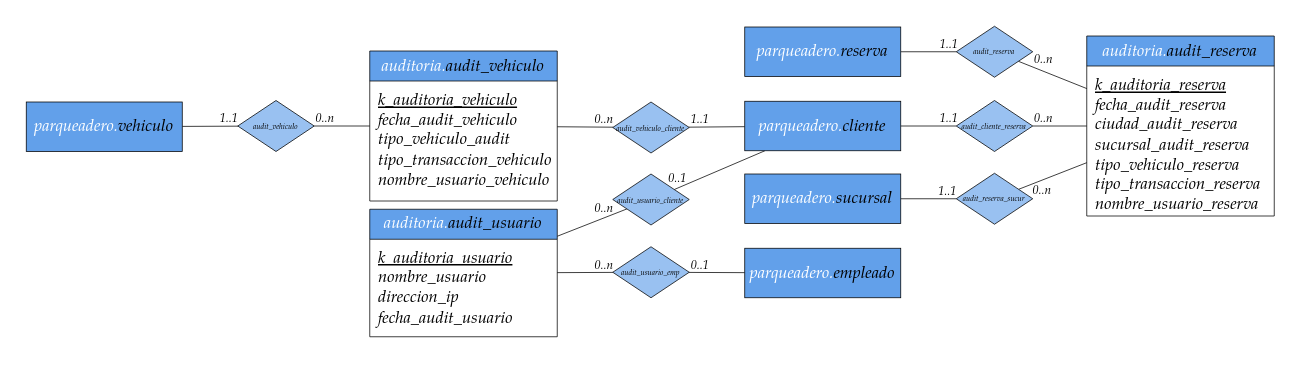
Earlier version of the draw.io diagram page "Diagrama E-R Auditoría" (2 of 3) of Diagramas/Diagramas.drawio (CCaroV/BD_PAR-KUD). Source tidied: cells renumbered, new cells numbered last; positions are measured from the earlier drawing's top-left corner, leaving out a move shared by most shapes. Both pictures are drawn from the tidied source at 150%, with x=0, y=0 at pixel (26, 26).
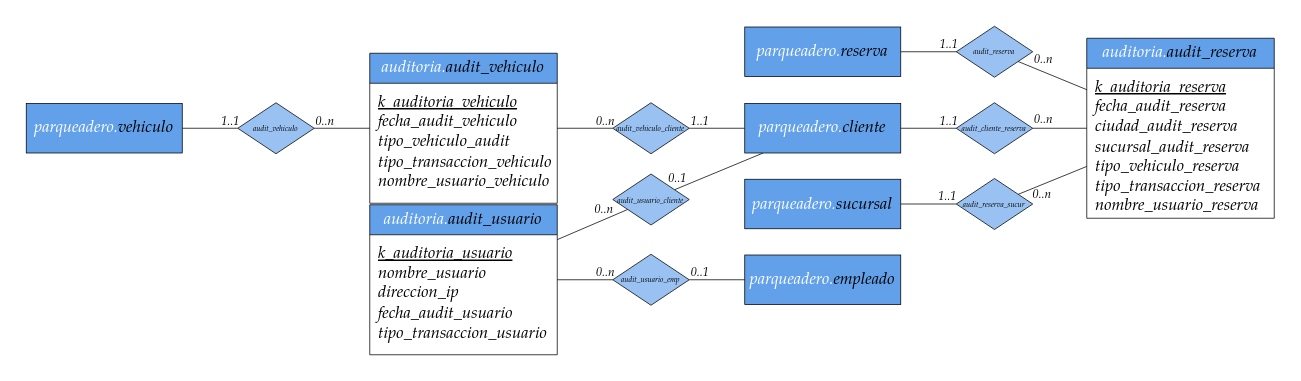
The same page after the edit.

The edit, as a diff of the source:
```diff
@@
     <mxCell id="7" value="&lt;font color=&quot;#ffffff&quot;&gt;auditoria.&lt;/font&gt;audit_reserva" style="swimlane;horizontal=1;startSize=20;rounded=0;fontSize=11;fontStyle=2;strokeWidth=0.5;shadow=0;dashed=0;align=center;fontFamily=Tex Gyre Pagella;labelBackgroundColor=none;fillColor=#62A0EA;strokeColor=#000000;verticalAlign=middle;labelBorderColor=none;whiteSpace=wrap;html=1;" parent="1" vertex="1">
-      <mxGeometry x="707" y="6.5" width="125" height="120" as="geometry" />
+      <mxGeometry x="707" y="8" width="125" height="120" as="geometry" />
     </mxCell>
@@
     <mxCell id="18" value="&lt;font color=&quot;#ffffff&quot;&gt;parqueadero.&lt;/font&gt;cliente" style="whiteSpace=wrap;html=1;align=center;strokeWidth=0.5;fontFamily=Tex Gyre Pagella;fontStyle=2;fontSize=11;fillColor=#62A0EA;verticalAlign=middle;" parent="1" vertex="1">
-      <mxGeometry x="479" y="50" width="104" height="33" as="geometry" />
+      <mxGeometry x="479" y="51.5" width="104" height="33" as="geometry" />
     </mxCell>
@@
     <mxCell id="21" value="&lt;font color=&quot;#ffffff&quot;&gt;parqueadero.&lt;/font&gt;sucursal" style="whiteSpace=wrap;html=1;align=center;strokeWidth=0.5;fontFamily=Tex Gyre Pagella;fontStyle=2;fontSize=11;fillColor=#62A0EA;verticalAlign=middle;" parent="1" vertex="1">
-      <mxGeometry x="479" y="98.5" width="104" height="33" as="geometry" />
+      <mxGeometry x="479" y="102" width="104" height="33" as="geometry" />
     </mxCell>
@@
     <mxCell id="23" value="audit_cliente_reserva" style="shape=rhombus;perimeter=rhombusPerimeter;align=center;labelBackgroundColor=none;strokeColor=#000000;strokeWidth=0.5;fontFamily=Tex Gyre Pagella;fontSize=5;fillColor=#99C1F1;perimeterSpacing=0;rounded=0;fontStyle=2;labelBorderColor=none;whiteSpace=wrap;html=1;verticalAlign=middle;horizontal=1;" parent="1" vertex="1">
-      <mxGeometry x="620" y="49.5" width="51" height="34" as="geometry" />
+      <mxGeometry x="620" y="51" width="51" height="34" as="geometry" />
     </mxCell>
     <mxCell id="24" value="audit_reserva_sucur" style="shape=rhombus;perimeter=rhombusPerimeter;align=center;labelBackgroundColor=none;strokeColor=#000000;strokeWidth=0.5;fontFamily=Tex Gyre Pagella;fontSize=5;fillColor=#99C1F1;perimeterSpacing=0;rounded=0;fontStyle=2;labelBorderColor=none;whiteSpace=wrap;html=1;verticalAlign=middle;horizontal=1;" parent="1" vertex="1">
-      <mxGeometry x="620" y="98" width="51" height="34" as="geometry" />
+      <mxGeometry x="620" y="101.5" width="51" height="34" as="geometry" />
     </mxCell>
@@
     <mxCell id="29" value="&lt;font color=&quot;#ffffff&quot;&gt;auditoria.&lt;/font&gt;audit_vehiculo" style="swimlane;horizontal=1;startSize=20;rounded=0;fontSize=11;fontStyle=2;strokeWidth=0.5;shadow=0;dashed=0;align=center;fontFamily=Tex Gyre Pagella;labelBackgroundColor=none;fillColor=#62A0EA;strokeColor=#000000;verticalAlign=middle;labelBorderColor=none;whiteSpace=wrap;html=1;" parent="1" vertex="1">
-      <mxGeometry x="229" y="16.5" width="125" height="100" as="geometry" />
+      <mxGeometry x="229" y="18" width="125" height="100" as="geometry" />
     </mxCell>
@@
     <mxCell id="31" value="audit_vehiculo_cliente" style="shape=rhombus;perimeter=rhombusPerimeter;align=center;labelBackgroundColor=none;strokeColor=#000000;strokeWidth=0.5;fontFamily=Tex Gyre Pagella;fontSize=5;fillColor=#99C1F1;perimeterSpacing=0;rounded=0;fontStyle=2;labelBorderColor=none;whiteSpace=wrap;html=1;verticalAlign=middle;horizontal=1;" parent="1" vertex="1">
-      <mxGeometry x="391" y="50.5" width="51" height="34" as="geometry" />
+      <mxGeometry x="391" y="51" width="51" height="34" as="geometry" />
     </mxCell>
@@
     <mxCell id="34" value="&lt;font color=&quot;#ffffff&quot;&gt;parqueadero.&lt;/font&gt;vehiculo" style="whiteSpace=wrap;html=1;align=center;strokeWidth=0.5;fontFamily=Tex Gyre Pagella;fontStyle=2;fontSize=11;fillColor=#62A0EA;verticalAlign=middle;" parent="1" vertex="1">
-      <mxGeometry y="50.5" width="104" height="33" as="geometry" />
+      <mxGeometry y="51.5" width="104" height="33" as="geometry" />
     </mxCell>
     <mxCell id="35" value="audit_vehiculo" style="shape=rhombus;perimeter=rhombusPerimeter;align=center;labelBackgroundColor=none;strokeColor=#000000;strokeWidth=0.5;fontFamily=Tex Gyre Pagella;fontSize=5;fillColor=#99C1F1;perimeterSpacing=0;rounded=0;fontStyle=2;labelBorderColor=none;whiteSpace=wrap;html=1;verticalAlign=middle;horizontal=1;" parent="1" vertex="1">
-      <mxGeometry x="141" y="49.5" width="51" height="34" as="geometry" />
+      <mxGeometry x="141" y="51" width="51" height="34" as="geometry" />
     </mxCell>
@@
     <mxCell id="40" value="&lt;font color=&quot;#ffffff&quot;&gt;auditoria.&lt;/font&gt;audit_usuario" style="swimlane;horizontal=1;startSize=20;rounded=0;fontSize=11;fontStyle=2;strokeWidth=0.5;shadow=0;dashed=0;align=center;fontFamily=Tex Gyre Pagella;labelBackgroundColor=none;fillColor=#62A0EA;strokeColor=#000000;verticalAlign=middle;labelBorderColor=none;whiteSpace=wrap;html=1;" parent="1" vertex="1">
-      <mxGeometry x="229" y="122" width="125" height="85" as="geometry" />
+      <mxGeometry x="229" y="119" width="125" height="100" as="geometry" />
     </mxCell>
-    <mxCell id="41" value="&lt;div style=&quot;font-size: 11px;&quot;&gt;&lt;u&gt;k_auditoria_usuario&lt;/u&gt;&lt;/div&gt;&lt;div style=&quot;font-size: 11px;&quot;&gt;nombre_usuario&lt;br style=&quot;border-color: var(--border-color);&quot;&gt;direccion_ip&lt;br style=&quot;border-color: var(--border-color);&quot;&gt;fecha_audit_usuario&lt;br&gt;&lt;/div&gt;" style="align=left;strokeColor=none;fillColor=none;spacingLeft=4;fontSize=11;verticalAlign=top;rounded=0;fontFamily=Tex Gyre Pagella;fontStyle=2;html=1;horizontal=1;labelBorderColor=none;" parent="40" vertex="1">
-      <mxGeometry y="20" width="125" height="65" as="geometry" />
+    <mxCell id="41" value="&lt;div style=&quot;font-size: 11px;&quot;&gt;&lt;u&gt;k_auditoria_usuario&lt;/u&gt;&lt;/div&gt;&lt;div style=&quot;font-size: 11px;&quot;&gt;nombre_usuario&lt;br style=&quot;border-color: var(--border-color);&quot;&gt;direccion_ip&lt;/div&gt;&lt;div style=&quot;font-size: 11px;&quot;&gt;fecha_audit_usuario&lt;br&gt;&lt;/div&gt;&lt;div style=&quot;font-size: 11px;&quot;&gt;tipo_transaccion_usuario&lt;br&gt;&lt;/div&gt;" style="align=left;strokeColor=none;fillColor=none;spacingLeft=4;fontSize=11;verticalAlign=top;rounded=0;fontFamily=Tex Gyre Pagella;fontStyle=2;html=1;horizontal=1;labelBorderColor=none;" parent="40" vertex="1">
+      <mxGeometry y="20" width="125" height="80" as="geometry" />
     </mxCell>
@@
     <mxCell id="45" value="&lt;font color=&quot;#ffffff&quot;&gt;parqueadero.&lt;/font&gt;empleado" style="whiteSpace=wrap;html=1;align=center;strokeWidth=0.5;fontFamily=Tex Gyre Pagella;fontStyle=2;fontSize=11;fillColor=#62A0EA;verticalAlign=middle;" parent="1" vertex="1">
-      <mxGeometry x="479" y="148" width="104" height="33" as="geometry" />
+      <mxGeometry x="479" y="152.5" width="104" height="33" as="geometry" />
     </mxCell>
     <mxCell id="46" value="audit_usuario_emp" style="shape=rhombus;perimeter=rhombusPerimeter;align=center;labelBackgroundColor=none;strokeColor=#000000;strokeWidth=0.5;fontFamily=Tex Gyre Pagella;fontSize=5;fillColor=#99C1F1;perimeterSpacing=0;rounded=0;fontStyle=2;labelBorderColor=none;whiteSpace=wrap;html=1;verticalAlign=middle;horizontal=1;" parent="1" vertex="1">
-      <mxGeometry x="391" y="147" width="51" height="34" as="geometry" />
+      <mxGeometry x="391" y="152" width="51" height="34" as="geometry" />
     </mxCell>
```
